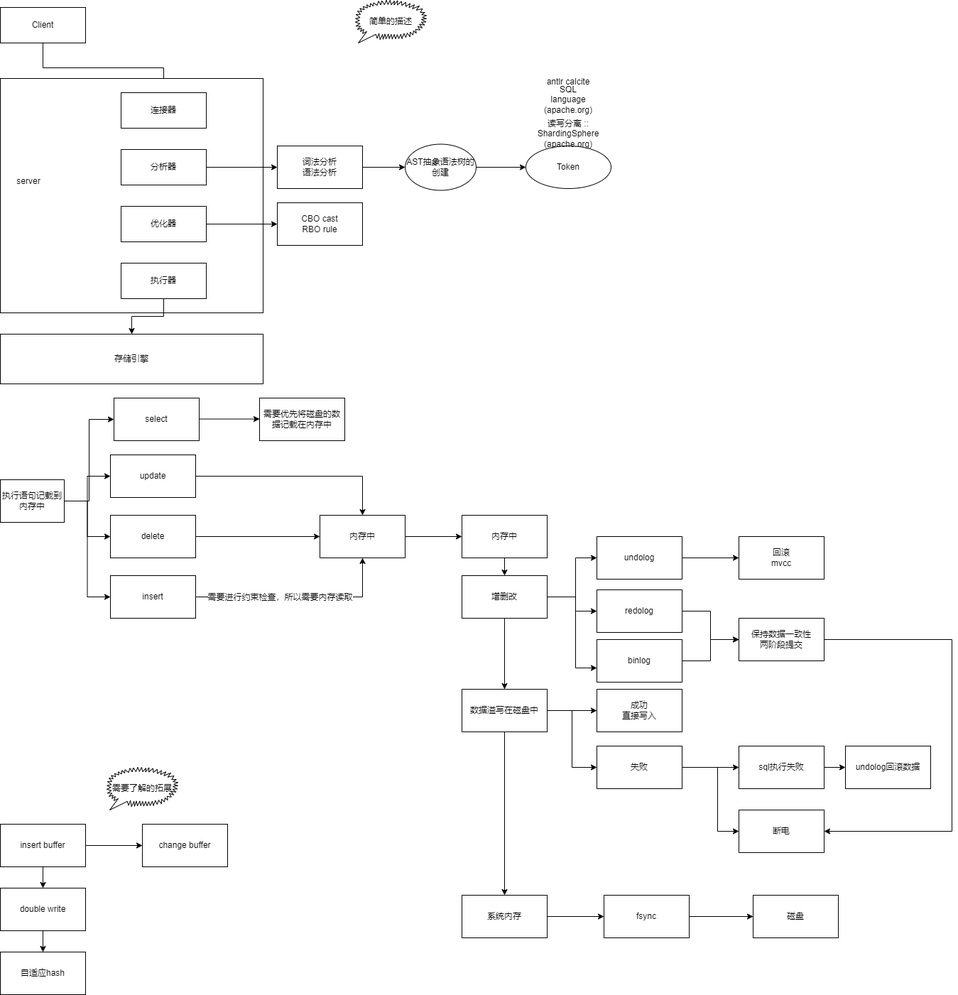
ShortPupil/VPicture keeps this draw.io diagram as mysql执行.drawio.png. Above is the earlier version. Source tidied: cells renumbered, new cells last; positions are measured from the earlier drawing's top-left corner, leaving out a move shared by most shapes.
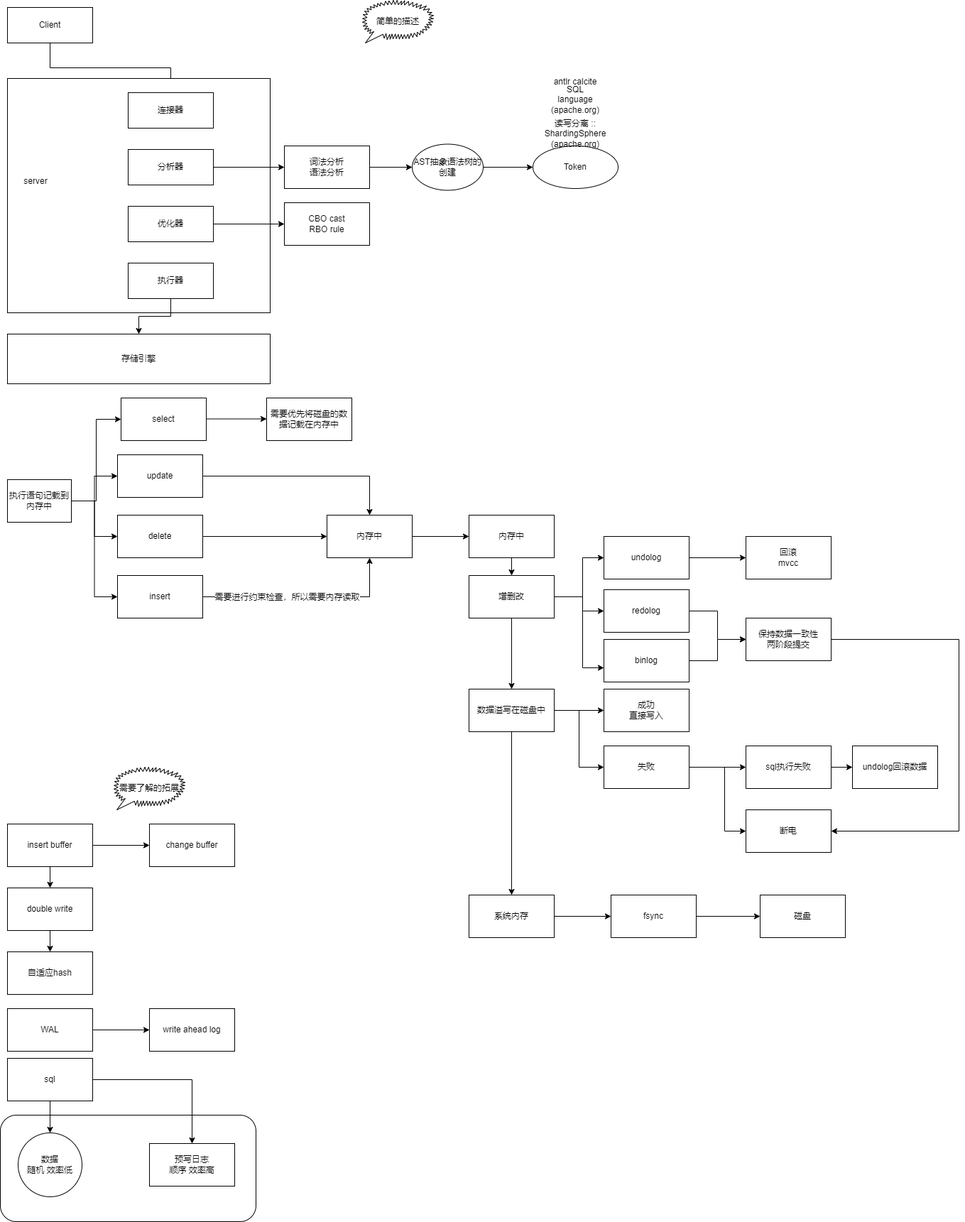
After the change.

The edit, as a diff of the source:
```diff
@@ -272,5 +272,32 @@
     <mxCell id="81" value="需要了解的拓展" style="whiteSpace=wrap;html=1;shape=mxgraph.basic.loud_callout;" parent="1" vertex="1">
       <mxGeometry x="150" y="1080" width="100" height="60" as="geometry" />
     </mxCell>
+    <mxCell id="82" style="edgeStyle=orthogonalEdgeStyle;rounded=0;jettySize=auto;html=1;" parent="1" edge="1" source="83" target="84">
+      <mxGeometry relative="1" as="geometry" />
+    </mxCell>
+    <mxCell id="83" value="WAL" style="rounded=0;whiteSpace=wrap;html=1;" parent="1" vertex="1">
+      <mxGeometry y="1420" width="120" height="60" as="geometry" />
+    </mxCell>
+    <mxCell id="84" value="write ahead log" style="whiteSpace=wrap;html=1;rounded=0;" parent="1" vertex="1">
+      <mxGeometry x="200" y="1420" width="120" height="60" as="geometry" />
+    </mxCell>
+    <mxCell id="85" style="rounded=1;whiteSpace=wrap;html=1;" parent="1" vertex="1">
+      <mxGeometry x="-10" y="1570" width="360" height="150" as="geometry" />
+    </mxCell>
+    <mxCell id="86" value="数据&lt;br&gt;随机 效率低" style="ellipse;whiteSpace=wrap;html=1;" parent="1" vertex="1">
+      <mxGeometry x="15" y="1595" width="90" height="90" as="geometry" />
+    </mxCell>
+    <mxCell id="87" style="edgeStyle=orthogonalEdgeStyle;rounded=0;jettySize=auto;html=1;" parent="1" edge="1" source="89" target="90">
+      <mxGeometry relative="1" as="geometry" />
+    </mxCell>
+    <mxCell id="88" style="edgeStyle=orthogonalEdgeStyle;rounded=0;jettySize=auto;html=1;" parent="1" edge="1" source="89" target="86">
+      <mxGeometry relative="1" as="geometry" />
+    </mxCell>
+    <mxCell id="89" value="sql" style="rounded=0;whiteSpace=wrap;html=1;" parent="1" vertex="1">
+      <mxGeometry y="1490" width="120" height="60" as="geometry" />
+    </mxCell>
+    <mxCell id="90" value="预写日志&lt;br&gt;顺序 效率高" style="whiteSpace=wrap;html=1;rounded=0;" parent="1" vertex="1">
+      <mxGeometry x="200" y="1610" width="120" height="60" as="geometry" />
+    </mxCell>
   </root>
 </mxGraphModel>
```
